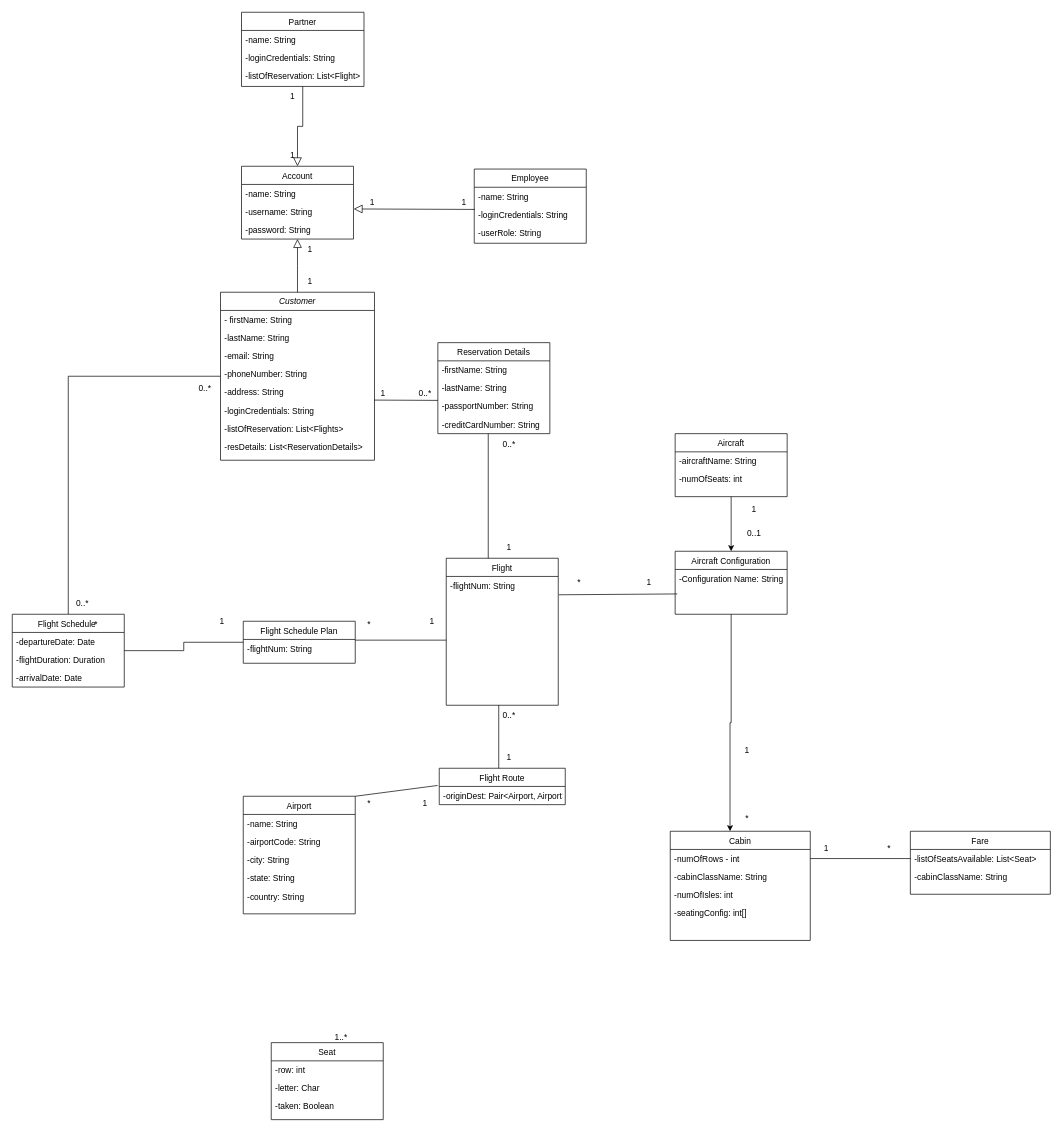
The draw.io diagram Untitled Diagram.drawio in glennquah/Flight-Enterprise-System, before the edit. Source tidied: cells renumbered, new cells numbered last; positions are measured from the earlier drawing's top-left corner, leaving out a move shared by most shapes. Both pictures are drawn from the tidied source at 70%, with x=0, y=0 at pixel (12, 12).
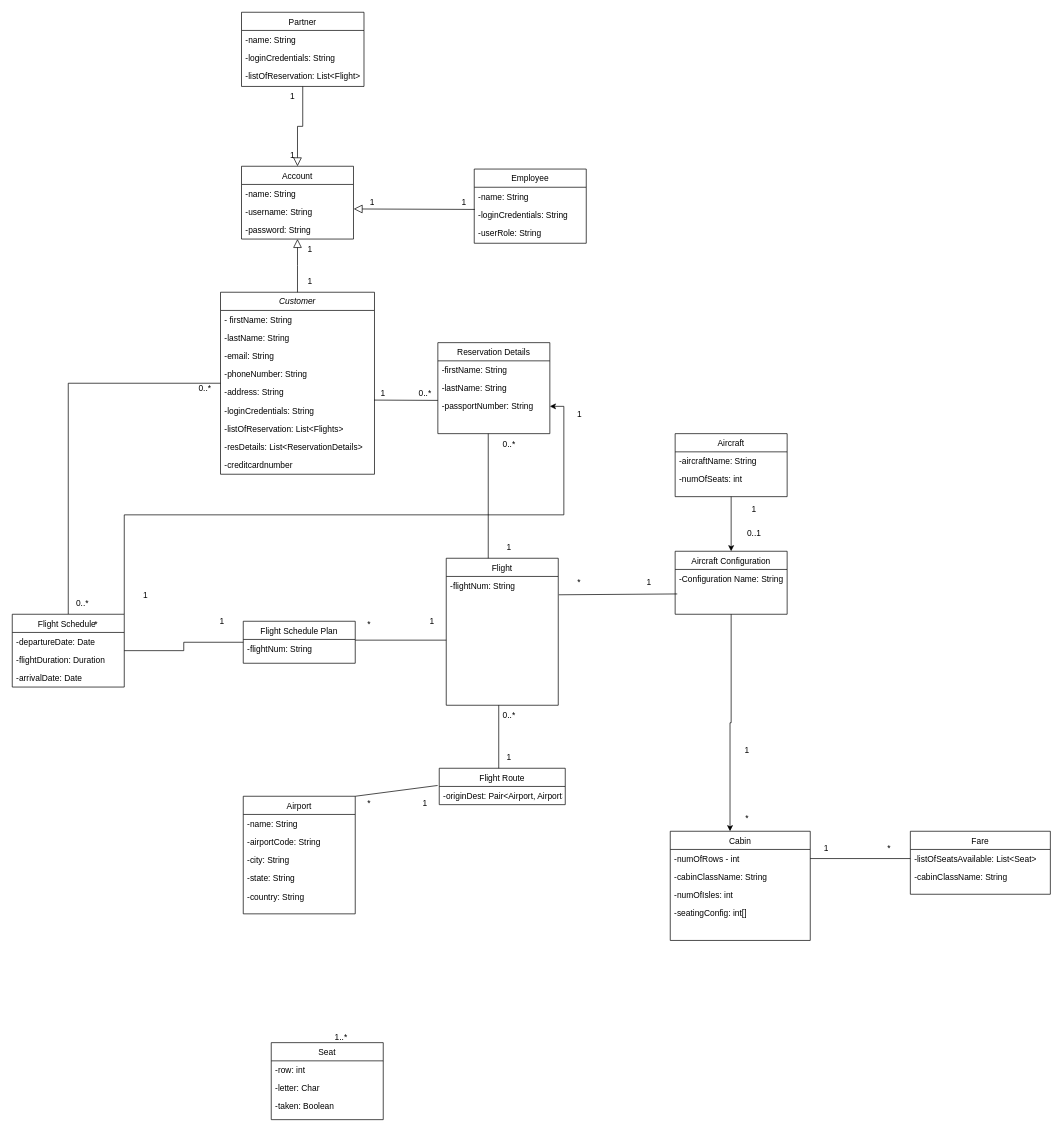
The same page after the edit.

Unchanged cells that the change refers to:
```xml
<mxCell id="19" value="Reservation Details" style="swimlane;fontStyle=0;align=center;verticalAlign=top;horizontal=1;startSize=26;rounded=0;shadow=0;strokeWidth=1;" parent="1" vertex="1">
  <mxGeometry x="608" y="472" width="160" height="130" as="geometry" />
</mxCell>
<mxCell id="22" value="-passportNumber: String" style="text;align=left;verticalAlign=top;spacingLeft=4;spacingRight=4;overflow=hidden;points=[[0,0.5],[1,0.5]];portConstraint=eastwest;rounded=0;shadow=0;html=0;" parent="19" vertex="1">
  <mxGeometry y="78" width="160" height="26" as="geometry" />
</mxCell>
<mxCell id="82" value="Flight Schedule " style="swimlane;fontStyle=0;align=center;verticalAlign=top;horizontal=1;startSize=26;rounded=0;shadow=0;strokeWidth=1;" parent="1" vertex="1">
  <mxGeometry y="860" width="160" height="104" as="geometry" />
</mxCell>
```

What changed in the source:
```diff
@@
     <mxCell id="3" value="Customer&#10;" style="swimlane;fontStyle=2;align=center;verticalAlign=top;horizontal=1;startSize=26;rounded=0;shadow=0;strokeWidth=1;" parent="1" vertex="1">
-      <mxGeometry x="297.5" y="400" width="220" height="240" as="geometry" />
+      <mxGeometry x="297.5" y="400" width="220" height="260" as="geometry" />
     </mxCell>
@@
+    <mxCell id="104" value="-creditcardnumber" style="text;align=left;verticalAlign=top;spacingLeft=4;spacingRight=4;overflow=hidden;rounded=0;shadow=0;html=0;" parent="3" vertex="1">
+      <mxGeometry y="234" width="220" height="26" as="geometry" />
+    </mxCell>
@@
-    <mxCell id="23" value="-creditCardNumber: String" style="text;align=left;verticalAlign=top;spacingLeft=4;spacingRight=4;overflow=hidden;rounded=0;shadow=0;html=0;" parent="19" vertex="1">
-      <mxGeometry y="104" width="160" height="26" as="geometry" />
-    </mxCell>
@@
+    <mxCell id="105" style="edgeStyle=orthogonalEdgeStyle;rounded=0;jettySize=auto;html=1;entryX=1;entryY=0.5;entryDx=0;entryDy=0;" parent="1" edge="1" source="82" target="22">
+      <mxGeometry relative="1" as="geometry">
+        <Array as="points">
+          <mxPoint x="160" y="718" />
+          <mxPoint x="788" y="718" />
+          <mxPoint x="788" y="563" />
+        </Array>
+      </mxGeometry>
+    </mxCell>
@@
+    <mxCell id="106" value="1" style="text;html=1;align=center;verticalAlign=middle;strokeColor=none;fillColor=none;" parent="1" vertex="1">
+      <mxGeometry x="175" y="818" width="30" height="30" as="geometry" />
+    </mxCell>
+    <mxCell id="107" value="1" style="text;html=1;align=center;verticalAlign=middle;strokeColor=none;fillColor=none;" parent="1" vertex="1">
+      <mxGeometry x="795" y="560" width="30" height="30" as="geometry" />
+    </mxCell>
```
